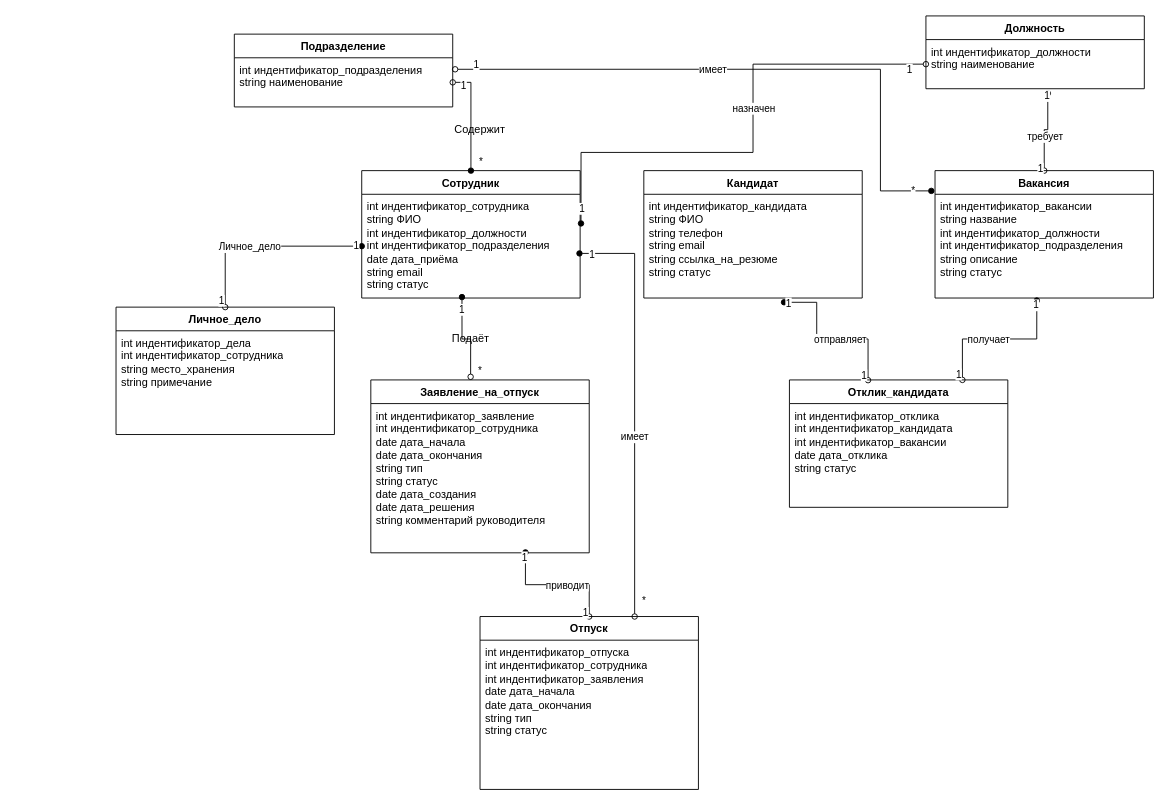
Earlier version of the draw.io diagram page "Page-10" (10 of 10) of Untitled Diagram.drawio (nn80nn/DataBases). Source tidied: cells renumbered, new cells numbered last; positions are measured from the earlier drawing's top-left corner, leaving out a move shared by most shapes. Both pictures are drawn from the tidied source at 91%, with x=0, y=0 at pixel (116, 15).
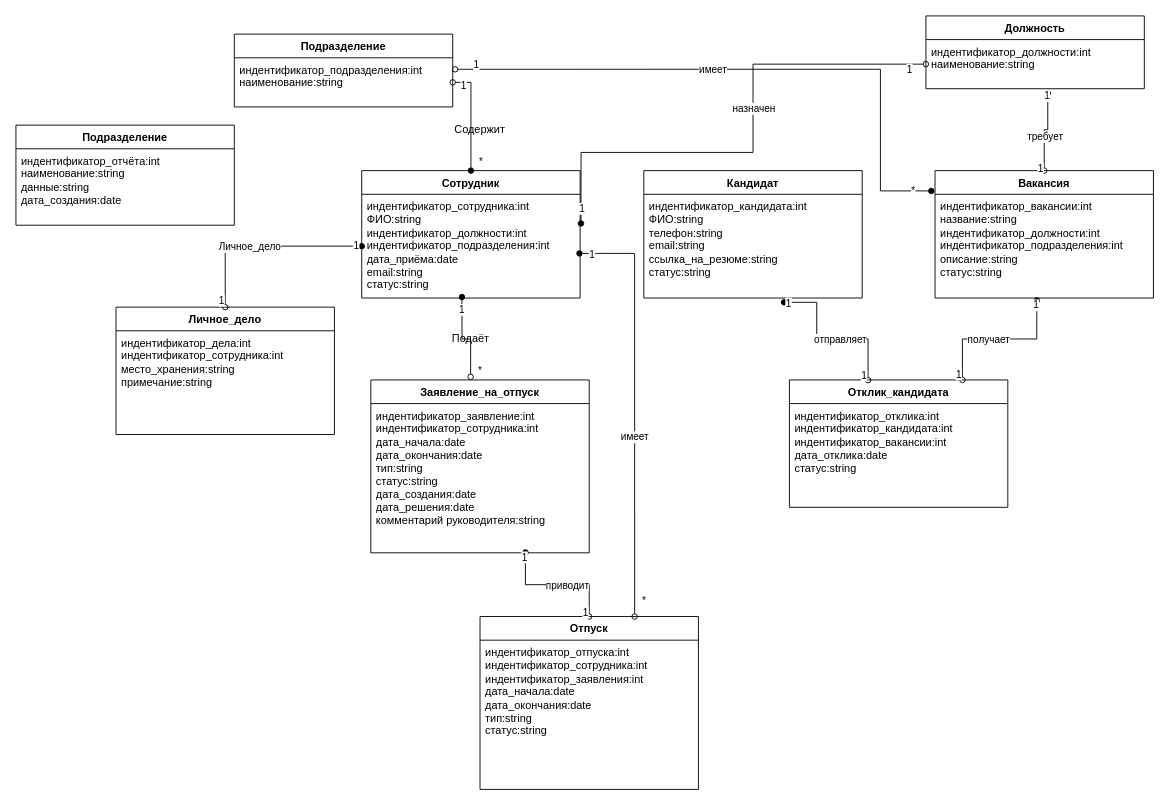
The same diagram, later.

The change refers to these unchanged cells:
```xml
<mxCell id="2" value="Подразделение" style="swimlane;fontStyle=1;align=center;verticalAlign=top;horizontal=1;startSize=26;whiteSpace=wrap;html=1;" parent="1" vertex="1">
  <mxGeometry x="130" y="20" width="240" height="80" as="geometry" />
</mxCell>
<mxCell id="4" value="Сотрудник" style="swimlane;fontStyle=1;align=center;verticalAlign=top;horizontal=1;startSize=26;whiteSpace=wrap;html=1;" parent="1" vertex="1">
  <mxGeometry x="270" y="170" width="240" height="140" as="geometry" />
</mxCell>
<mxCell id="6" value="Кандидат" style="swimlane;fontStyle=1;align=center;verticalAlign=top;horizontal=1;startSize=26;whiteSpace=wrap;html=1;" parent="1" vertex="1">
  <mxGeometry x="580" y="170" width="240" height="140" as="geometry" />
</mxCell>
<mxCell id="8" value="Вакансия" style="swimlane;fontStyle=1;align=center;verticalAlign=top;horizontal=1;startSize=26;whiteSpace=wrap;html=1;" parent="1" vertex="1">
  <mxGeometry x="900" y="170" width="240" height="140" as="geometry" />
</mxCell>
<mxCell id="10" value="Должность" style="swimlane;fontStyle=1;align=center;verticalAlign=top;horizontal=1;startSize=26;whiteSpace=wrap;html=1;" parent="1" vertex="1">
  <mxGeometry x="890" width="240" height="80" as="geometry" />
</mxCell>
<mxCell id="12" value="Отклик_кандидата" style="swimlane;fontStyle=1;align=center;verticalAlign=top;horizontal=1;startSize=26;whiteSpace=wrap;html=1;" parent="1" vertex="1">
  <mxGeometry x="740" y="400" width="240" height="140" as="geometry" />
</mxCell>
<mxCell id="14" value="Заявление_на_отпуск" style="swimlane;fontStyle=1;align=center;verticalAlign=top;horizontal=1;startSize=26;whiteSpace=wrap;html=1;" parent="1" vertex="1">
  <mxGeometry x="280" y="400" width="240" height="190" as="geometry" />
</mxCell>
<mxCell id="16" value="Отпуск" style="swimlane;fontStyle=1;align=center;verticalAlign=top;horizontal=1;startSize=26;whiteSpace=wrap;html=1;" parent="1" vertex="1">
  <mxGeometry x="400" y="660" width="240" height="190" as="geometry" />
</mxCell>
<mxCell id="18" value="Личное_дело" style="swimlane;fontStyle=1;align=center;verticalAlign=top;horizontal=1;startSize=26;whiteSpace=wrap;html=1;" parent="1" vertex="1">
  <mxGeometry y="320" width="240" height="140" as="geometry" />
</mxCell>
```

What changed in the source:
```diff
@@
-    <mxCell id="3" value="int индентификатор_подразделения&lt;div&gt;string наименование&lt;/div&gt;" style="text;strokeColor=none;fillColor=none;align=left;verticalAlign=top;spacingLeft=4;spacingRight=4;overflow=hidden;points=[[0,0.5],[1,0.5]];portConstraint=eastwest;whiteSpace=wrap;html=1;" parent="2" vertex="1">
+    <mxCell id="3" value="индентификатор_подразделения:int&lt;div&gt;наименование:&lt;span style=&quot;background-color: transparent; color: light-dark(rgb(0, 0, 0), rgb(255, 255, 255));&quot;&gt;string&lt;/span&gt;&lt;/div&gt;" style="text;strokeColor=none;fillColor=none;align=left;verticalAlign=top;spacingLeft=4;spacingRight=4;overflow=hidden;points=[[0,0.5],[1,0.5]];portConstraint=eastwest;whiteSpace=wrap;html=1;" parent="2" vertex="1">
       <mxGeometry y="26" width="240" height="54" as="geometry" />
     </mxCell>
@@
-    <mxCell id="5" value="int индентификатор_сотрудника&lt;div&gt;string ФИО&lt;/div&gt;&lt;div&gt;int индентификатор_должности&lt;/div&gt;&lt;div&gt;int индентификатор_подразделения&lt;/div&gt;&lt;div&gt;date дата_приёма&lt;/div&gt;&lt;div&gt;string email&lt;/div&gt;&lt;div&gt;string статус&lt;/div&gt;&lt;div&gt;&lt;br&gt;&lt;/div&gt;" style="text;strokeColor=none;fillColor=none;align=left;verticalAlign=top;spacingLeft=4;spacingRight=4;overflow=hidden;points=[[0,0.5],[1,0.5]];portConstraint=eastwest;whiteSpace=wrap;html=1;" parent="4" vertex="1">
+    <mxCell id="5" value="индентификатор_сотрудника:int&amp;nbsp;&lt;div&gt;ФИО:&lt;span style=&quot;background-color: transparent; color: light-dark(rgb(0, 0, 0), rgb(255, 255, 255));&quot;&gt;string&lt;/span&gt;&lt;/div&gt;&lt;div&gt;индентификатор_должности:&lt;span style=&quot;background-color: transparent; color: light-dark(rgb(0, 0, 0), rgb(255, 255, 255));&quot;&gt;int&lt;/span&gt;&lt;/div&gt;&lt;div&gt;индентификатор_подразделения:&lt;span style=&quot;background-color: transparent; color: light-dark(rgb(0, 0, 0), rgb(255, 255, 255));&quot;&gt;int&lt;/span&gt;&lt;/div&gt;&lt;div&gt;дата_приёма:&lt;span style=&quot;background-color: transparent; color: light-dark(rgb(0, 0, 0), rgb(255, 255, 255));&quot;&gt;date&lt;/span&gt;&lt;/div&gt;&lt;div&gt;email:&lt;span style=&quot;background-color: transparent; color: light-dark(rgb(0, 0, 0), rgb(255, 255, 255));&quot;&gt;string&lt;/span&gt;&lt;/div&gt;&lt;div&gt;статус:&lt;span style=&quot;background-color: transparent; color: light-dark(rgb(0, 0, 0), rgb(255, 255, 255));&quot;&gt;string&lt;/span&gt;&lt;/div&gt;&lt;div&gt;&lt;br&gt;&lt;/div&gt;" style="text;strokeColor=none;fillColor=none;align=left;verticalAlign=top;spacingLeft=4;spacingRight=4;overflow=hidden;points=[[0,0.5],[1,0.5]];portConstraint=eastwest;whiteSpace=wrap;html=1;" parent="4" vertex="1">
       <mxGeometry y="26" width="240" height="114" as="geometry" />
     </mxCell>
@@
-    <mxCell id="7" value="int индентификатор_кандидата&lt;div&gt;string ФИО&lt;/div&gt;&lt;div&gt;string телефон&lt;/div&gt;&lt;div&gt;&lt;span style=&quot;background-color: transparent; color: light-dark(rgb(0, 0, 0), rgb(255, 255, 255));&quot;&gt;string email&lt;/span&gt;&lt;/div&gt;&lt;div&gt;string ссылка_на_резюме&lt;/div&gt;&lt;div&gt;string статус&lt;/div&gt;&lt;div&gt;&lt;br&gt;&lt;/div&gt;" style="text;strokeColor=none;fillColor=none;align=left;verticalAlign=top;spacingLeft=4;spacingRight=4;overflow=hidden;points=[[0,0.5],[1,0.5]];portConstraint=eastwest;whiteSpace=wrap;html=1;" parent="6" vertex="1">
+    <mxCell id="7" value="индентификатор_кандидата:int&lt;div&gt;ФИО:&lt;span style=&quot;background-color: transparent; color: light-dark(rgb(0, 0, 0), rgb(255, 255, 255));&quot;&gt;string&lt;/span&gt;&lt;/div&gt;&lt;div&gt;телефон:&lt;span style=&quot;background-color: transparent; color: light-dark(rgb(0, 0, 0), rgb(255, 255, 255));&quot;&gt;string&lt;/span&gt;&lt;/div&gt;&lt;div&gt;&lt;span style=&quot;background-color: transparent; color: light-dark(rgb(0, 0, 0), rgb(255, 255, 255));&quot;&gt;email:&lt;/span&gt;&lt;span style=&quot;background-color: transparent; color: light-dark(rgb(0, 0, 0), rgb(255, 255, 255));&quot;&gt;string&lt;/span&gt;&lt;/div&gt;&lt;div&gt;ссылка_на_резюме:&lt;span style=&quot;background-color: transparent; color: light-dark(rgb(0, 0, 0), rgb(255, 255, 255));&quot;&gt;string&lt;/span&gt;&lt;/div&gt;&lt;div&gt;статус:&lt;span style=&quot;background-color: transparent; color: light-dark(rgb(0, 0, 0), rgb(255, 255, 255));&quot;&gt;string&lt;/span&gt;&lt;/div&gt;&lt;div&gt;&lt;br&gt;&lt;/div&gt;" style="text;strokeColor=none;fillColor=none;align=left;verticalAlign=top;spacingLeft=4;spacingRight=4;overflow=hidden;points=[[0,0.5],[1,0.5]];portConstraint=eastwest;whiteSpace=wrap;html=1;" parent="6" vertex="1">
       <mxGeometry y="26" width="240" height="114" as="geometry" />
     </mxCell>
@@
-    <mxCell id="9" value="int индентификатор_вакансии&lt;div&gt;string название&lt;/div&gt;&lt;div&gt;int индентификатор_должности&lt;/div&gt;&lt;div&gt;int индентификатор_подразделения&lt;/div&gt;&lt;div&gt;string описание&lt;/div&gt;&lt;div&gt;string статус&lt;/div&gt;&lt;div&gt;&lt;br&gt;&lt;/div&gt;" style="text;strokeColor=none;fillColor=none;align=left;verticalAlign=top;spacingLeft=4;spacingRight=4;overflow=hidden;points=[[0,0.5],[1,0.5]];portConstraint=eastwest;whiteSpace=wrap;html=1;" parent="8" vertex="1">
+    <mxCell id="9" value="индентификатор_вакансии:int&lt;div&gt;название:&lt;span style=&quot;background-color: transparent; color: light-dark(rgb(0, 0, 0), rgb(255, 255, 255));&quot;&gt;string&lt;/span&gt;&lt;/div&gt;&lt;div&gt;индентификатор_должности:&lt;span style=&quot;background-color: transparent; color: light-dark(rgb(0, 0, 0), rgb(255, 255, 255));&quot;&gt;int&lt;/span&gt;&lt;/div&gt;&lt;div&gt;индентификатор_подразделения:i&lt;span style=&quot;background-color: transparent; color: light-dark(rgb(0, 0, 0), rgb(255, 255, 255));&quot;&gt;nt&lt;/span&gt;&lt;/div&gt;&lt;div&gt;описание:&lt;span style=&quot;background-color: transparent; color: light-dark(rgb(0, 0, 0), rgb(255, 255, 255));&quot;&gt;string&lt;/span&gt;&lt;/div&gt;&lt;div&gt;статус:&lt;span style=&quot;background-color: transparent; color: light-dark(rgb(0, 0, 0), rgb(255, 255, 255));&quot;&gt;string&lt;/span&gt;&lt;/div&gt;&lt;div&gt;&lt;br&gt;&lt;/div&gt;" style="text;strokeColor=none;fillColor=none;align=left;verticalAlign=top;spacingLeft=4;spacingRight=4;overflow=hidden;points=[[0,0.5],[1,0.5]];portConstraint=eastwest;whiteSpace=wrap;html=1;" parent="8" vertex="1">
       <mxGeometry y="26" width="240" height="114" as="geometry" />
     </mxCell>
@@
-    <mxCell id="11" value="int индентификатор_должности&lt;div&gt;string наименование&lt;/div&gt;" style="text;strokeColor=none;fillColor=none;align=left;verticalAlign=top;spacingLeft=4;spacingRight=4;overflow=hidden;points=[[0,0.5],[1,0.5]];portConstraint=eastwest;whiteSpace=wrap;html=1;" parent="10" vertex="1">
+    <mxCell id="11" value="индентификатор_должности:int&lt;div&gt;наименование:&lt;span style=&quot;background-color: transparent; color: light-dark(rgb(0, 0, 0), rgb(255, 255, 255));&quot;&gt;string&lt;/span&gt;&lt;/div&gt;" style="text;strokeColor=none;fillColor=none;align=left;verticalAlign=top;spacingLeft=4;spacingRight=4;overflow=hidden;points=[[0,0.5],[1,0.5]];portConstraint=eastwest;whiteSpace=wrap;html=1;" parent="10" vertex="1">
       <mxGeometry y="26" width="240" height="54" as="geometry" />
     </mxCell>
@@
-    <mxCell id="13" value="int индентификатор_отклика&lt;div&gt;int индентификатор_кандидата&lt;/div&gt;&lt;div&gt;int индентификатор_вакансии&lt;/div&gt;&lt;div&gt;date дата_отклика&lt;/div&gt;&lt;div&gt;string статус&lt;/div&gt;&lt;div&gt;&lt;br&gt;&lt;/div&gt;" style="text;strokeColor=none;fillColor=none;align=left;verticalAlign=top;spacingLeft=4;spacingRight=4;overflow=hidden;whiteSpace=wrap;html=1;" parent="12" vertex="1">
+    <mxCell id="13" value="индентификатор_отклика:int&lt;div&gt;индентификатор_кандидата:&lt;span style=&quot;background-color: transparent; color: light-dark(rgb(0, 0, 0), rgb(255, 255, 255));&quot;&gt;int&lt;/span&gt;&lt;/div&gt;&lt;div&gt;индентификатор_вакансии:&lt;span style=&quot;background-color: transparent; color: light-dark(rgb(0, 0, 0), rgb(255, 255, 255));&quot;&gt;int&lt;/span&gt;&lt;/div&gt;&lt;div&gt;дата_отклика:&lt;span style=&quot;background-color: transparent; color: light-dark(rgb(0, 0, 0), rgb(255, 255, 255));&quot;&gt;date&lt;/span&gt;&lt;/div&gt;&lt;div&gt;статус:&lt;span style=&quot;background-color: transparent; color: light-dark(rgb(0, 0, 0), rgb(255, 255, 255));&quot;&gt;string&lt;/span&gt;&lt;/div&gt;&lt;div&gt;&lt;br&gt;&lt;/div&gt;" style="text;strokeColor=none;fillColor=none;align=left;verticalAlign=top;spacingLeft=4;spacingRight=4;overflow=hidden;whiteSpace=wrap;html=1;" parent="12" vertex="1">
       <mxGeometry y="26" width="240" height="114" as="geometry" />
     </mxCell>
@@
-    <mxCell id="15" value="int индентификатор_заявление&lt;div&gt;int индентификатор_сотрудника&lt;/div&gt;&lt;div&gt;date дата_начала&lt;/div&gt;&lt;div&gt;date дата_окончания&lt;/div&gt;&lt;div&gt;string тип&lt;/div&gt;&lt;div&gt;string статус&lt;/div&gt;&lt;div&gt;date дата_создания&lt;/div&gt;&lt;div&gt;date дата_решения&lt;/div&gt;&lt;div&gt;string комментарий руководителя&lt;/div&gt;" style="text;strokeColor=none;fillColor=none;align=left;verticalAlign=top;spacingLeft=4;spacingRight=4;overflow=hidden;points=[[0,0.5],[1,0.5]];portConstraint=eastwest;whiteSpace=wrap;html=1;" parent="14" vertex="1">
+    <mxCell id="15" value="индентификатор_заявление:int&lt;div&gt;индентификатор_сотрудника:&lt;span style=&quot;background-color: transparent; color: light-dark(rgb(0, 0, 0), rgb(255, 255, 255));&quot;&gt;int&lt;/span&gt;&lt;/div&gt;&lt;div&gt;дата_начала:&lt;span style=&quot;background-color: transparent; color: light-dark(rgb(0, 0, 0), rgb(255, 255, 255));&quot;&gt;date&lt;/span&gt;&lt;/div&gt;&lt;div&gt;дата_окончания:&lt;span style=&quot;background-color: transparent; color: light-dark(rgb(0, 0, 0), rgb(255, 255, 255));&quot;&gt;date&lt;/span&gt;&lt;/div&gt;&lt;div&gt;тип:&lt;span style=&quot;background-color: transparent; color: light-dark(rgb(0, 0, 0), rgb(255, 255, 255));&quot;&gt;string&lt;/span&gt;&lt;/div&gt;&lt;div&gt;статус:&lt;span style=&quot;background-color: transparent; color: light-dark(rgb(0, 0, 0), rgb(255, 255, 255));&quot;&gt;string&lt;/span&gt;&lt;/div&gt;&lt;div&gt;дата_создания:&lt;span style=&quot;background-color: transparent; color: light-dark(rgb(0, 0, 0), rgb(255, 255, 255));&quot;&gt;date&lt;/span&gt;&lt;/div&gt;&lt;div&gt;дата_решения:&lt;span style=&quot;background-color: transparent; color: light-dark(rgb(0, 0, 0), rgb(255, 255, 255));&quot;&gt;date&lt;/span&gt;&lt;/div&gt;&lt;div&gt;комментарий руководителя:&lt;span style=&quot;background-color: transparent; color: light-dark(rgb(0, 0, 0), rgb(255, 255, 255));&quot;&gt;string&lt;/span&gt;&lt;/div&gt;" style="text;strokeColor=none;fillColor=none;align=left;verticalAlign=top;spacingLeft=4;spacingRight=4;overflow=hidden;points=[[0,0.5],[1,0.5]];portConstraint=eastwest;whiteSpace=wrap;html=1;" parent="14" vertex="1">
       <mxGeometry y="26" width="240" height="164" as="geometry" />
     </mxCell>
@@
-    <mxCell id="17" value="int индентификатор_отпуска&lt;div&gt;int индентификатор_сотрудника&lt;/div&gt;&lt;div&gt;int индентификатор_заявления&lt;/div&gt;&lt;div&gt;date дата_начала&lt;/div&gt;&lt;div&gt;date дата_окончания&lt;/div&gt;&lt;div&gt;string тип&lt;/div&gt;&lt;div&gt;string статус&lt;/div&gt;" style="text;strokeColor=none;fillColor=none;align=left;verticalAlign=top;spacingLeft=4;spacingRight=4;overflow=hidden;whiteSpace=wrap;html=1;" parent="16" vertex="1">
+    <mxCell id="17" value="индентификатор_отпуска:int&lt;div&gt;индентификатор_сотрудника:&lt;span style=&quot;background-color: transparent; color: light-dark(rgb(0, 0, 0), rgb(255, 255, 255));&quot;&gt;int&lt;/span&gt;&lt;/div&gt;&lt;div&gt;индентификатор_заявления:&lt;span style=&quot;background-color: transparent; color: light-dark(rgb(0, 0, 0), rgb(255, 255, 255));&quot;&gt;int&lt;/span&gt;&lt;/div&gt;&lt;div&gt;дата_начала:&lt;span style=&quot;background-color: transparent; color: light-dark(rgb(0, 0, 0), rgb(255, 255, 255));&quot;&gt;date&lt;/span&gt;&lt;/div&gt;&lt;div&gt;дата_окончания:&lt;span style=&quot;background-color: transparent; color: light-dark(rgb(0, 0, 0), rgb(255, 255, 255));&quot;&gt;date&lt;/span&gt;&lt;/div&gt;&lt;div&gt;тип:&lt;span style=&quot;background-color: transparent; color: light-dark(rgb(0, 0, 0), rgb(255, 255, 255));&quot;&gt;string&lt;/span&gt;&lt;/div&gt;&lt;div&gt;статус:&lt;span style=&quot;background-color: transparent; color: light-dark(rgb(0, 0, 0), rgb(255, 255, 255));&quot;&gt;string&lt;/span&gt;&lt;/div&gt;" style="text;strokeColor=none;fillColor=none;align=left;verticalAlign=top;spacingLeft=4;spacingRight=4;overflow=hidden;whiteSpace=wrap;html=1;" parent="16" vertex="1">
       <mxGeometry y="26" width="240" height="164" as="geometry" />
     </mxCell>
@@
-    <mxCell id="19" value="int индентификатор_дела&lt;div&gt;int индентификатор_сотрудника&lt;/div&gt;&lt;div&gt;string место_хранения&lt;/div&gt;&lt;div&gt;string примечание&lt;/div&gt;&lt;div&gt;&lt;br&gt;&lt;/div&gt;" style="text;strokeColor=none;fillColor=none;align=left;verticalAlign=top;spacingLeft=4;spacingRight=4;overflow=hidden;whiteSpace=wrap;html=1;" parent="18" vertex="1">
+    <mxCell id="19" value="индентификатор_дела:int&lt;div&gt;индентификатор_сотрудника:&lt;span style=&quot;background-color: transparent; color: light-dark(rgb(0, 0, 0), rgb(255, 255, 255));&quot;&gt;int&lt;/span&gt;&lt;span style=&quot;background-color: transparent; color: light-dark(rgb(0, 0, 0), rgb(255, 255, 255));&quot;&gt;&amp;nbsp;&lt;/span&gt;&lt;/div&gt;&lt;div&gt;место_хранения:&lt;span style=&quot;background-color: transparent; color: light-dark(rgb(0, 0, 0), rgb(255, 255, 255));&quot;&gt;string&lt;/span&gt;&lt;span style=&quot;background-color: transparent; color: light-dark(rgb(0, 0, 0), rgb(255, 255, 255));&quot;&gt;&amp;nbsp;&lt;/span&gt;&lt;/div&gt;&lt;div&gt;примечание:&lt;span style=&quot;background-color: transparent; color: light-dark(rgb(0, 0, 0), rgb(255, 255, 255));&quot;&gt;string&lt;/span&gt;&lt;/div&gt;&lt;div&gt;&lt;br&gt;&lt;/div&gt;" style="text;strokeColor=none;fillColor=none;align=left;verticalAlign=top;spacingLeft=4;spacingRight=4;overflow=hidden;whiteSpace=wrap;html=1;" parent="18" vertex="1">
       <mxGeometry y="26" width="240" height="114" as="geometry" />
     </mxCell>
@@
+    <mxCell id="60" value="Подразделение" style="swimlane;fontStyle=1;align=center;verticalAlign=top;horizontal=1;startSize=26;whiteSpace=wrap;html=1;" parent="1" vertex="1">
+      <mxGeometry x="-110" y="120" width="240" height="110" as="geometry" />
+    </mxCell>
+    <mxCell id="61" value="индентификатор_отчёта:int&lt;div&gt;наименование:&lt;span style=&quot;background-color: transparent; color: light-dark(rgb(0, 0, 0), rgb(255, 255, 255));&quot;&gt;string&lt;/span&gt;&lt;/div&gt;&lt;div&gt;&lt;span style=&quot;background-color: transparent; color: light-dark(rgb(0, 0, 0), rgb(255, 255, 255));&quot;&gt;данные:string&lt;/span&gt;&lt;/div&gt;&lt;div&gt;дата_создания:date&lt;/div&gt;" style="text;strokeColor=none;fillColor=none;align=left;verticalAlign=top;spacingLeft=4;spacingRight=4;overflow=hidden;whiteSpace=wrap;html=1;" parent="60" vertex="1">
+      <mxGeometry y="26" width="240" height="84" as="geometry" />
+    </mxCell>
```
